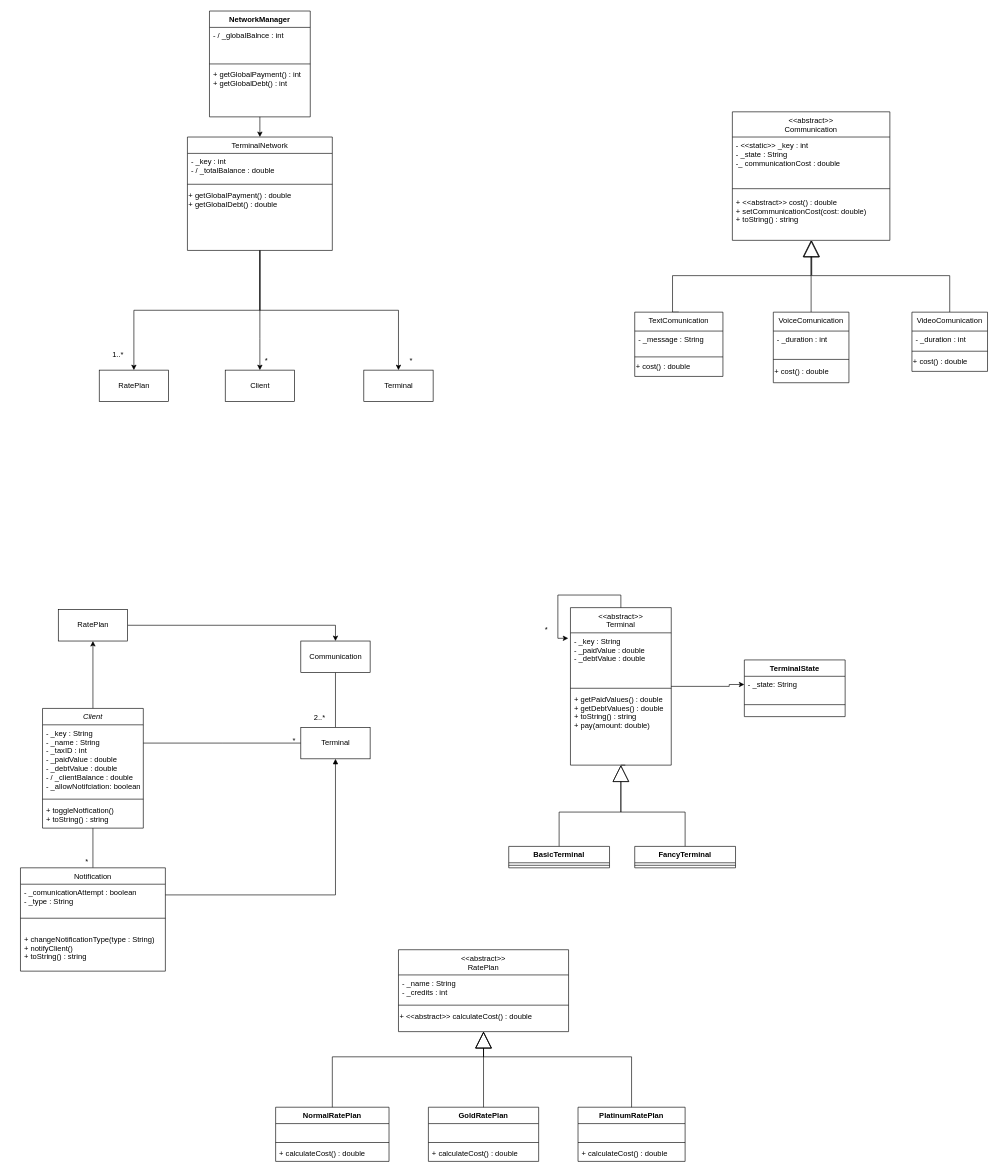
SkillFlame/PO-Project keeps this draw.io diagram as Untitled Diagram.drawio. Above is the earlier version. Source tidied: cells renumbered, new cells numbered last; positions are measured from the earlier drawing's top-left corner, leaving out a move shared by most shapes. Both pictures are drawn from the tidied source at 63%, with x=0, y=0 at pixel (20, 11).
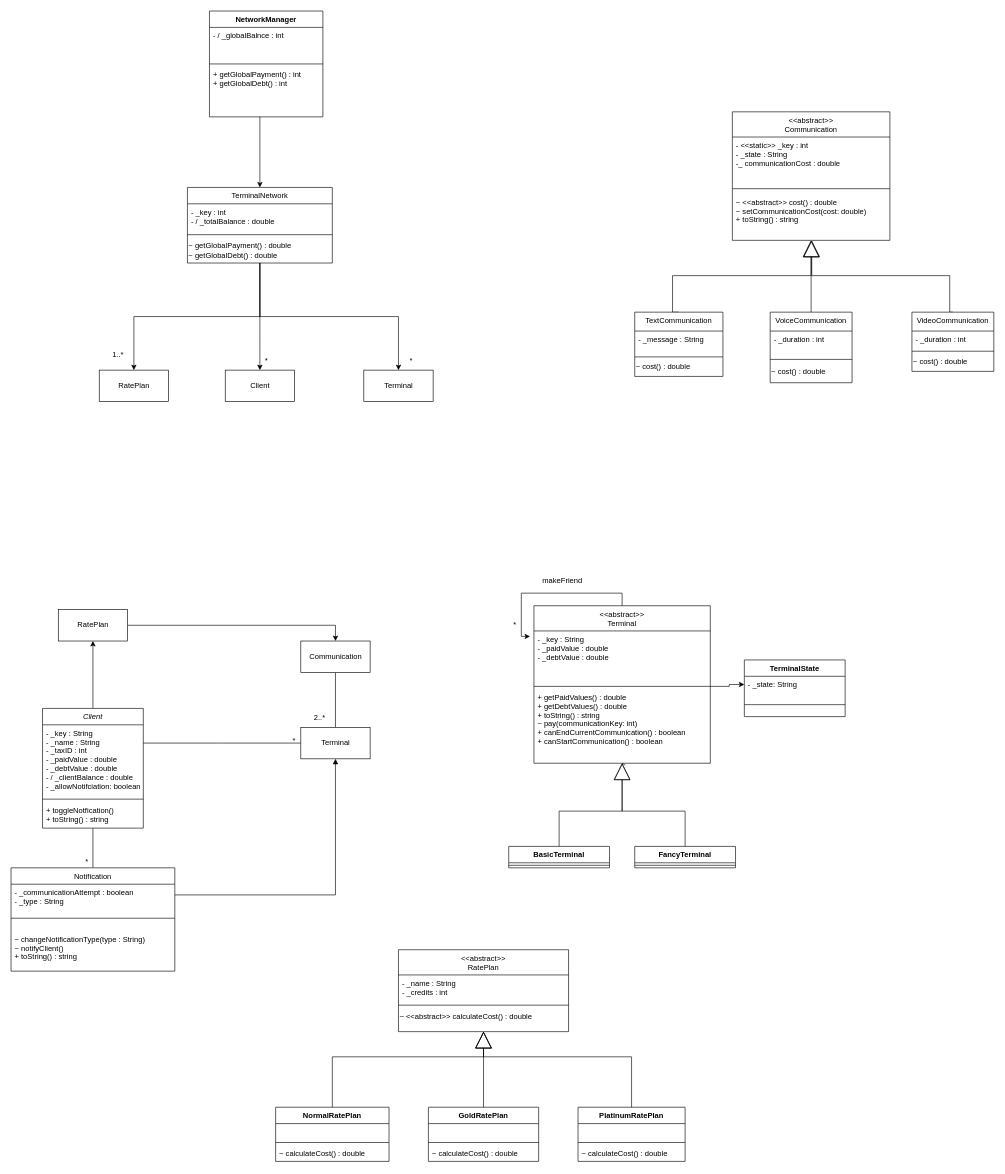
The same page after the edit.

Unchanged cells that the change refers to:
```xml
<mxCell id="55" value="&lt;&lt;abstract&gt;&gt;&#10;Communication" style="swimlane;fontStyle=0;align=center;verticalAlign=top;horizontal=1;startSize=40;rounded=0;shadow=0;strokeWidth=1;" parent="1" vertex="1">
  <mxGeometry x="1130" y="160" width="250" height="204" as="geometry" />
</mxCell>
<mxCell id="75" value="NormalRatePlan" style="swimlane;fontStyle=1;align=center;verticalAlign=top;horizontal=1;startSize=26;" parent="1" vertex="1">
  <mxGeometry x="405" y="1740" width="180" height="86" as="geometry" />
</mxCell>
<mxCell id="80" value="GoldRatePlan" style="swimlane;fontStyle=1;align=center;verticalAlign=top;horizontal=1;startSize=26;" parent="1" vertex="1">
  <mxGeometry x="647.5" y="1740" width="175" height="86" as="geometry" />
</mxCell>
<mxCell id="84" value="PlatinumRatePlan" style="swimlane;fontStyle=1;align=center;verticalAlign=top;horizontal=1;startSize=26;" parent="1" vertex="1">
  <mxGeometry x="885" y="1740" width="170" height="86" as="geometry" />
</mxCell>
<mxCell id="89" value="&lt;&lt;abstract&gt;&gt;&#10;RatePlan" style="swimlane;fontStyle=0;align=center;verticalAlign=top;horizontal=1;startSize=40;rounded=0;shadow=0;strokeWidth=1;" parent="1" vertex="1">
  <mxGeometry x="600" y="1490" width="270" height="130" as="geometry" />
</mxCell>
```

Change to the diagram source:
```diff
@@
     <mxCell id="11" value="&lt;&lt;abstract&gt;&gt;&#10;Terminal" style="swimlane;fontStyle=0;align=center;verticalAlign=top;horizontal=1;startSize=40;rounded=0;shadow=0;strokeWidth=1;" parent="1" vertex="1">
-      <mxGeometry x="873" y="947" width="160" height="250" as="geometry" />
+      <mxGeometry x="815" y="944" width="280" height="250" as="geometry" />
     </mxCell>
     <mxCell id="12" value="- _key : String&#10;- _paidValue : double&#10;- _debtValue : double&#10;&#10;" style="text;align=left;verticalAlign=top;spacingLeft=4;spacingRight=4;overflow=hidden;points=[[0,0.5],[1,0.5]];portConstraint=eastwest;" parent="11" vertex="1">
-      <mxGeometry y="40" width="160" height="84" as="geometry" />
+      <mxGeometry y="40" width="280" height="84" as="geometry" />
     </mxCell>
     <mxCell id="13" style="line;html=1;strokeWidth=1;align=left;verticalAlign=middle;spacingTop=-1;spacingLeft=3;spacingRight=3;labelPosition=right;" parent="11" vertex="1">
-      <mxGeometry y="124" width="160" height="8" as="geometry" />
+      <mxGeometry y="124" width="280" height="8" as="geometry" />
     </mxCell>
+    <mxCell id="15" style="edgeStyle=orthogonalEdgeStyle;rounded=0;jettySize=auto;html=1;entryX=-0.022;entryY=0.103;entryDx=0;entryDy=0;entryPerimeter=0;" parent="11" edge="1" source="11" target="12">
+      <mxGeometry relative="1" as="geometry" />
+    </mxCell>
-    <mxCell id="14" value="+ getPaidValues() : double&#10;+ getDebtValues() : double&#10;+ toString() : string&#10;+ pay(amount: double)" style="text;align=left;verticalAlign=top;spacingLeft=4;spacingRight=4;overflow=hidden;" parent="11" vertex="1">
-      <mxGeometry y="132" width="160" height="112" as="geometry" />
+    <mxCell id="14" value="+ getPaidValues() : double&#10;+ getDebtValues() : double&#10;+ toString() : string&#10;~ pay(communicationKey: int)&#10;+ canEndCurrentCommunication() : boolean&#10;+ canStartCommunication() : boolean" style="text;align=left;verticalAlign=top;spacingLeft=4;spacingRight=4;overflow=hidden;" parent="11" vertex="1">
+      <mxGeometry y="132" width="280" height="112" as="geometry" />
     </mxCell>
-    <mxCell id="15" style="edgeStyle=orthogonalEdgeStyle;rounded=0;jettySize=auto;html=1;entryX=-0.022;entryY=0.103;entryDx=0;entryDy=0;entryPerimeter=0;" parent="11" edge="1" source="11" target="12">
-      <mxGeometry relative="1" as="geometry" />
-    </mxCell>
@@
     <mxCell id="18" value="Notification" style="swimlane;fontStyle=0;align=center;verticalAlign=top;horizontal=1;startSize=26;rounded=0;shadow=0;strokeWidth=1;" parent="1" vertex="1">
-      <mxGeometry y="1360" width="230" height="164" as="geometry" />
+      <mxGeometry x="-15" y="1360" width="260" height="164" as="geometry" />
     </mxCell>
-    <mxCell id="19" value="- _comunicationAttempt : boolean&#10;- _type : String" style="text;align=left;verticalAlign=top;spacingLeft=4;spacingRight=4;overflow=hidden;points=[[0,0.5],[1,0.5]];portConstraint=eastwest;" parent="18" vertex="1">
-      <mxGeometry y="26" width="230" height="34" as="geometry" />
+    <mxCell id="19" value="- _communicationAttempt : boolean&#10;- _type : String" style="text;align=left;verticalAlign=top;spacingLeft=4;spacingRight=4;overflow=hidden;points=[[0,0.5],[1,0.5]];portConstraint=eastwest;" parent="18" vertex="1">
+      <mxGeometry y="26" width="260" height="34" as="geometry" />
     </mxCell>
     <mxCell id="20" style="line;html=1;strokeWidth=1;align=left;verticalAlign=middle;spacingTop=-1;spacingLeft=3;spacingRight=3;labelPosition=right;" parent="18" vertex="1">
-      <mxGeometry y="60" width="230" height="40" as="geometry" />
+      <mxGeometry y="60" width="260" height="40" as="geometry" />
     </mxCell>
-    <mxCell id="21" value="+ changeNotificationType(type : String)&#10;+ notifyClient()&#10;+ toString() : string&#10;" style="text;align=left;verticalAlign=top;spacingLeft=4;spacingRight=4;overflow=hidden;" parent="18" vertex="1">
-      <mxGeometry y="100" width="230" height="50" as="geometry" />
+    <mxCell id="21" value="~ changeNotificationType(type : String)&#10;~ notifyClient()&#10;+ toString() : string&#10;" style="text;align=left;verticalAlign=top;spacingLeft=4;spacingRight=4;overflow=hidden;" parent="18" vertex="1">
+      <mxGeometry y="100" width="260" height="50" as="geometry" />
     </mxCell>
@@
     <mxCell id="25" value="TerminalNetwork" style="swimlane;fontStyle=0;align=center;verticalAlign=top;horizontal=1;startSize=26;rounded=0;shadow=0;strokeWidth=1;" parent="1" vertex="1">
-      <mxGeometry x="265" y="200" width="230" height="180" as="geometry" />
+      <mxGeometry x="265" y="280" width="230" height="120" as="geometry" />
     </mxCell>
@@
-    <mxCell id="28" value="+ getGlobalPayment() : double&lt;br&gt;+ getGlobalDebt() : double" style="text;html=1;strokeColor=none;fillColor=none;align=left;verticalAlign=middle;whiteSpace=wrap;rounded=0;" parent="25" vertex="1">
+    <mxCell id="28" value="~ getGlobalPayment() : double&lt;br&gt;~ getGlobalDebt() : double" style="text;html=1;strokeColor=none;fillColor=none;align=left;verticalAlign=middle;whiteSpace=wrap;rounded=0;" parent="25" vertex="1">
       <mxGeometry y="80" width="230" height="40" as="geometry" />
     </mxCell>
@@
     <mxCell id="31" value="*" style="text;html=1;strokeColor=none;fillColor=none;align=center;verticalAlign=middle;whiteSpace=wrap;rounded=0;" parent="1" vertex="1">
-      <mxGeometry x="805" y="967" width="60" height="30" as="geometry" />
+      <mxGeometry x="755" y="960" width="60" height="30" as="geometry" />
     </mxCell>
@@
     <mxCell id="33" value="NetworkManager" style="swimlane;fontStyle=1;align=center;verticalAlign=top;horizontal=1;startSize=26;" parent="1" vertex="1">
-      <mxGeometry x="300" width="160" height="168" as="geometry" />
+      <mxGeometry x="300" width="180" height="168" as="geometry" />
     </mxCell>
     <mxCell id="34" value="- / _globalBalnce : int" style="text;strokeColor=none;fillColor=none;align=left;verticalAlign=top;spacingLeft=4;spacingRight=4;overflow=hidden;" parent="33" vertex="1">
-      <mxGeometry y="26" width="160" height="54" as="geometry" />
+      <mxGeometry y="26" width="180" height="54" as="geometry" />
     </mxCell>
     <mxCell id="35" style="line;strokeWidth=1;fillColor=none;align=left;verticalAlign=middle;spacingTop=-1;spacingLeft=3;spacingRight=3;labelPosition=right;strokeColor=inherit;" parent="33" vertex="1">
-      <mxGeometry y="80" width="160" height="8" as="geometry" />
+      <mxGeometry y="80" width="180" height="8" as="geometry" />
     </mxCell>
     <mxCell id="36" value="+ getGlobalPayment() : int&#10;+ getGlobalDebt() : int" style="text;strokeColor=none;fillColor=none;align=left;verticalAlign=top;spacingLeft=4;spacingRight=4;overflow=hidden;" parent="33" vertex="1">
-      <mxGeometry y="88" width="160" height="80" as="geometry" />
+      <mxGeometry y="88" width="180" height="80" as="geometry" />
     </mxCell>
@@
-    <mxCell id="58" value="+ &lt;&lt;abstract&gt;&gt; cost() : double&#10;+ setCommunicationCost(cost: double)&#10;+ toString() : string" style="text;align=left;verticalAlign=top;spacingLeft=4;spacingRight=4;overflow=hidden;points=[[0,0.5],[1,0.5]];portConstraint=eastwest;" parent="55" vertex="1">
+    <mxCell id="58" value="~ &lt;&lt;abstract&gt;&gt; cost() : double&#10;~ setCommunicationCost(cost: double)&#10;+ toString() : string" style="text;align=left;verticalAlign=top;spacingLeft=4;spacingRight=4;overflow=hidden;points=[[0,0.5],[1,0.5]];portConstraint=eastwest;" parent="55" vertex="1">
       <mxGeometry y="130" width="250" height="74" as="geometry" />
     </mxCell>
-    <mxCell id="59" value="TextComunication" style="swimlane;fontStyle=0;align=center;verticalAlign=top;horizontal=1;startSize=30;rounded=0;shadow=0;strokeWidth=1;" parent="1" vertex="1">
+    <mxCell id="59" value="TextCommunication" style="swimlane;fontStyle=0;align=center;verticalAlign=top;horizontal=1;startSize=30;rounded=0;shadow=0;strokeWidth=1;" parent="1" vertex="1">
       <mxGeometry x="975" y="478" width="140" height="102" as="geometry" />
     </mxCell>
@@
-    <mxCell id="62" value="&lt;span style=&quot;&quot;&gt;+ cost() : double&lt;/span&gt;" style="text;html=1;align=left;verticalAlign=middle;strokeColor=none;fillColor=none;" parent="59" vertex="1">
+    <mxCell id="62" value="&lt;span style=&quot;&quot;&gt;~ cost() : double&lt;/span&gt;" style="text;html=1;align=left;verticalAlign=middle;strokeColor=none;fillColor=none;" parent="59" vertex="1">
       <mxGeometry y="72" width="140" height="30" as="geometry" />
     </mxCell>
-    <mxCell id="63" value="VoiceComunication" style="swimlane;fontStyle=0;align=center;verticalAlign=top;horizontal=1;startSize=30;rounded=0;shadow=0;strokeWidth=1;" parent="1" vertex="1">
-      <mxGeometry x="1195" y="478" width="120" height="112" as="geometry" />
+    <mxCell id="63" value="VoiceCommunication" style="swimlane;fontStyle=0;align=center;verticalAlign=top;horizontal=1;startSize=30;rounded=0;shadow=0;strokeWidth=1;" parent="1" vertex="1">
+      <mxGeometry x="1190" y="478" width="130" height="112" as="geometry" />
     </mxCell>
     <mxCell id="64" value="- _duration : int" style="text;align=left;verticalAlign=top;spacingLeft=4;spacingRight=4;overflow=hidden;" parent="63" vertex="1">
-      <mxGeometry y="30" width="120" height="40" as="geometry" />
+      <mxGeometry y="30" width="130" height="40" as="geometry" />
     </mxCell>
     <mxCell id="65" style="line;html=1;strokeWidth=1;align=left;verticalAlign=middle;spacingTop=-1;spacingLeft=3;spacingRight=3;labelPosition=right;" parent="63" vertex="1">
-      <mxGeometry y="70" width="120" height="10" as="geometry" />
+      <mxGeometry y="70" width="130" height="10" as="geometry" />
     </mxCell>
-    <mxCell id="66" value="&lt;span style=&quot;&quot;&gt;+ cost() : double&lt;/span&gt;" style="text;html=1;align=left;verticalAlign=middle;strokeColor=none;fillColor=none;" parent="63" vertex="1">
-      <mxGeometry y="80" width="120" height="30" as="geometry" />
+    <mxCell id="66" value="&lt;span style=&quot;&quot;&gt;~ cost() : double&lt;/span&gt;" style="text;html=1;align=left;verticalAlign=middle;strokeColor=none;fillColor=none;" parent="63" vertex="1">
+      <mxGeometry y="80" width="130" height="30" as="geometry" />
     </mxCell>
-    <mxCell id="67" value="VideoComunication" style="swimlane;fontStyle=0;align=center;verticalAlign=top;horizontal=1;startSize=30;rounded=0;shadow=0;strokeWidth=1;" parent="1" vertex="1">
-      <mxGeometry x="1415" y="478" width="120" height="94" as="geometry" />
+    <mxCell id="67" value="VideoCommunication" style="swimlane;fontStyle=0;align=center;verticalAlign=top;horizontal=1;startSize=30;rounded=0;shadow=0;strokeWidth=1;" parent="1" vertex="1">
+      <mxGeometry x="1415" y="478" width="130" height="94" as="geometry" />
     </mxCell>
     <mxCell id="68" value="- _duration : int" style="text;align=left;verticalAlign=top;spacingLeft=4;spacingRight=4;overflow=hidden;" parent="67" vertex="1">
-      <mxGeometry y="30" width="120" height="30" as="geometry" />
+      <mxGeometry y="30" width="130" height="30" as="geometry" />
     </mxCell>
     <mxCell id="69" style="line;html=1;strokeWidth=1;align=left;verticalAlign=middle;spacingTop=-1;spacingLeft=3;spacingRight=3;labelPosition=right;" parent="67" vertex="1">
-      <mxGeometry y="60" width="120" height="4" as="geometry" />
+      <mxGeometry y="60" width="130" height="4" as="geometry" />
     </mxCell>
-    <mxCell id="70" value="&lt;span style=&quot;&quot;&gt;+ cost() : double&lt;/span&gt;" style="text;html=1;align=left;verticalAlign=middle;strokeColor=none;fillColor=none;" parent="67" vertex="1">
-      <mxGeometry y="64" width="120" height="30" as="geometry" />
+    <mxCell id="70" value="&lt;span style=&quot;&quot;&gt;~ cost() : double&lt;/span&gt;" style="text;html=1;align=left;verticalAlign=middle;strokeColor=none;fillColor=none;" parent="67" vertex="1">
+      <mxGeometry y="64" width="130" height="30" as="geometry" />
     </mxCell>
@@
-    <mxCell id="78" value="+ calculateCost() : double" style="text;strokeColor=none;fillColor=none;align=left;verticalAlign=top;spacingLeft=4;spacingRight=4;overflow=hidden;" parent="75" vertex="1">
+    <mxCell id="78" value="~ calculateCost() : double" style="text;strokeColor=none;fillColor=none;align=left;verticalAlign=top;spacingLeft=4;spacingRight=4;overflow=hidden;" parent="75" vertex="1">
       <mxGeometry y="60" width="180" height="26" as="geometry" />
     </mxCell>
@@
-    <mxCell id="83" value="+ calculateCost() : double" style="text;strokeColor=none;fillColor=none;align=left;verticalAlign=top;spacingLeft=4;spacingRight=4;overflow=hidden;" parent="80" vertex="1">
+    <mxCell id="83" value="~ calculateCost() : double" style="text;strokeColor=none;fillColor=none;align=left;verticalAlign=top;spacingLeft=4;spacingRight=4;overflow=hidden;" parent="80" vertex="1">
       <mxGeometry y="60" width="175" height="26" as="geometry" />
     </mxCell>
@@
-    <mxCell id="87" value="+ calculateCost() : double" style="text;strokeColor=none;fillColor=none;align=left;verticalAlign=top;spacingLeft=4;spacingRight=4;overflow=hidden;" parent="84" vertex="1">
+    <mxCell id="87" value="~ calculateCost() : double" style="text;strokeColor=none;fillColor=none;align=left;verticalAlign=top;spacingLeft=4;spacingRight=4;overflow=hidden;" parent="84" vertex="1">
       <mxGeometry y="60" width="170" height="26" as="geometry" />
     </mxCell>
@@
-    <mxCell id="92" value="+ &amp;lt;&amp;lt;abstract&amp;gt;&amp;gt; calculateCost() : double" style="text;html=1;align=left;verticalAlign=middle;strokeColor=none;fillColor=none;" parent="89" vertex="1">
+    <mxCell id="92" value="~ &amp;lt;&amp;lt;abstract&amp;gt;&amp;gt; calculateCost() : double" style="text;html=1;align=left;verticalAlign=middle;strokeColor=none;fillColor=none;" parent="89" vertex="1">
       <mxGeometry y="92" width="270" height="30" as="geometry" />
     </mxCell>
@@
+    <mxCell id="97" value="makeFriend" style="text;html=1;align=center;verticalAlign=middle;strokeColor=none;fillColor=none;" parent="1" vertex="1">
+      <mxGeometry x="815" y="890" width="90" height="30" as="geometry" />
+    </mxCell>
```
